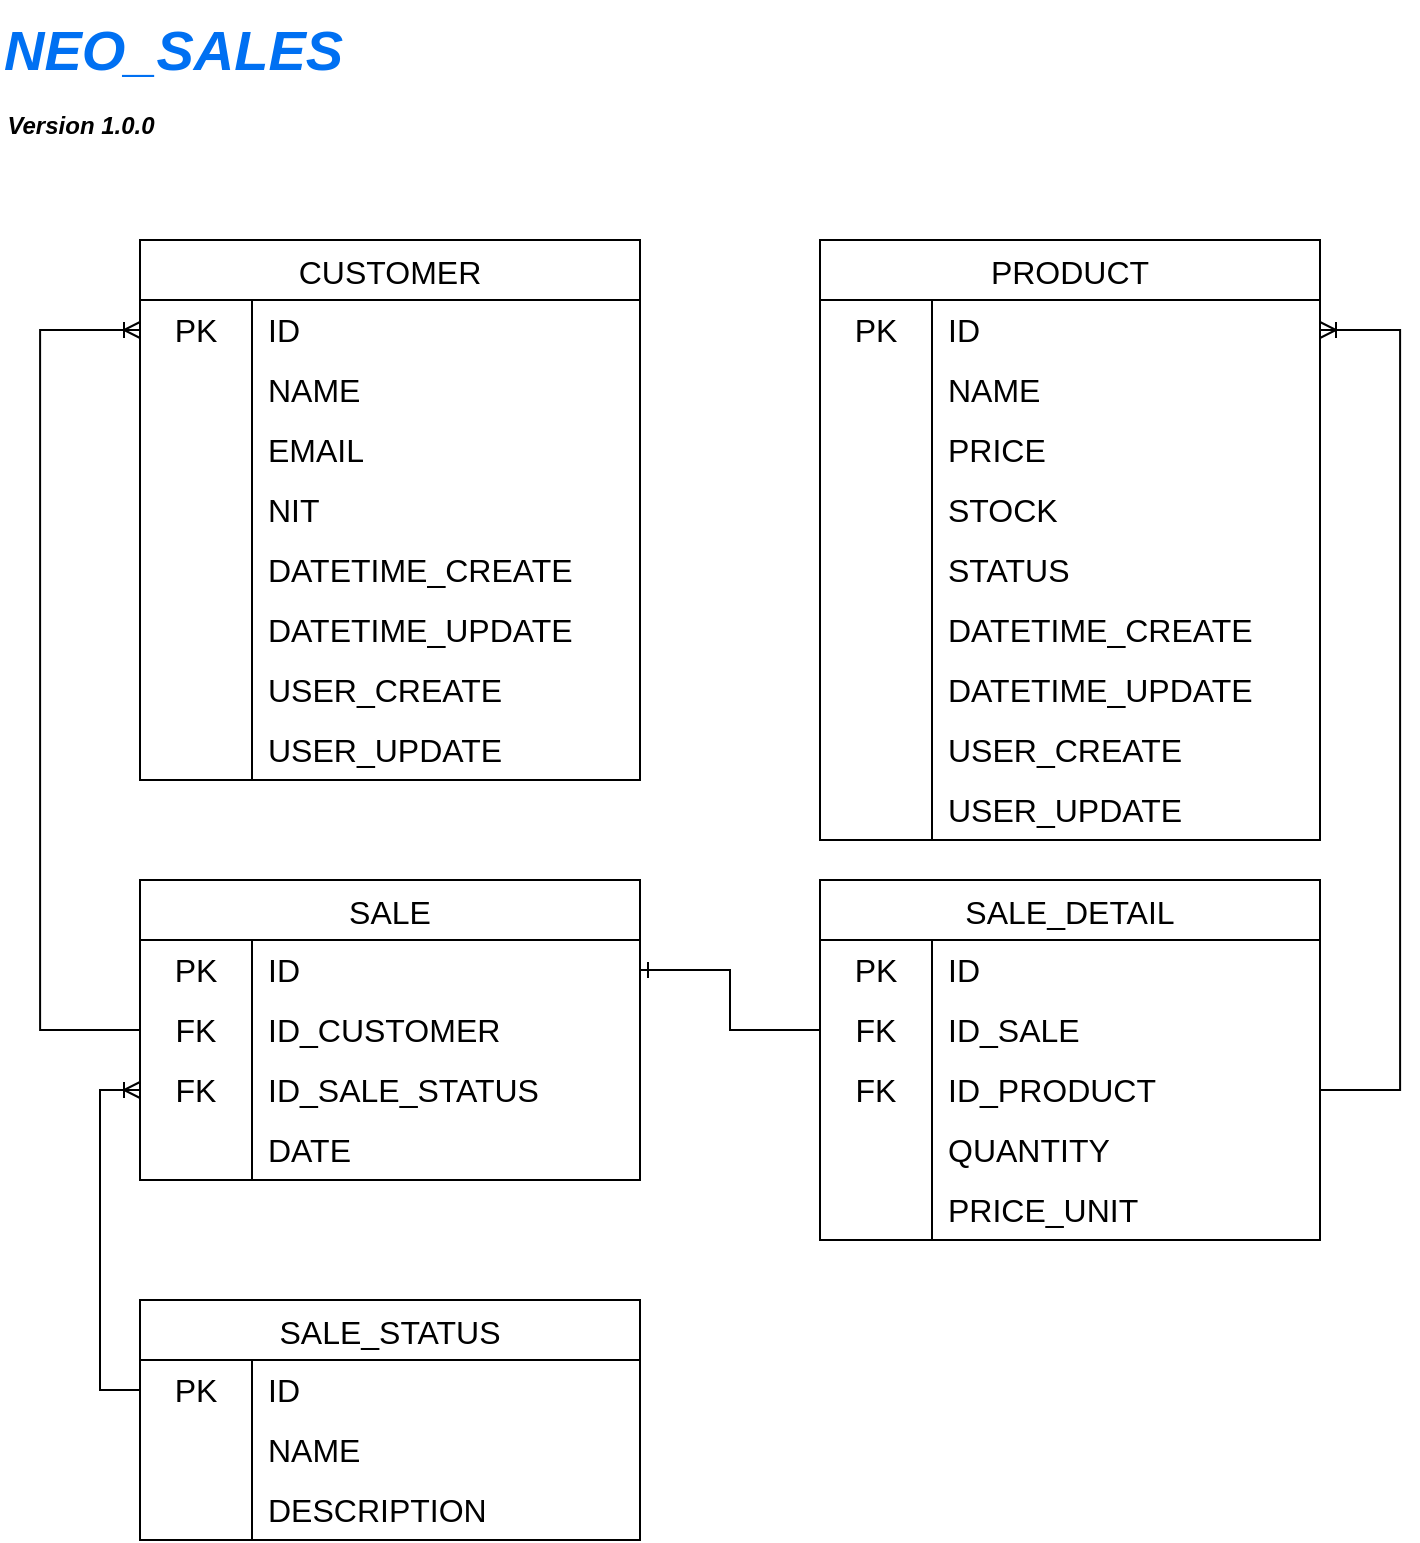
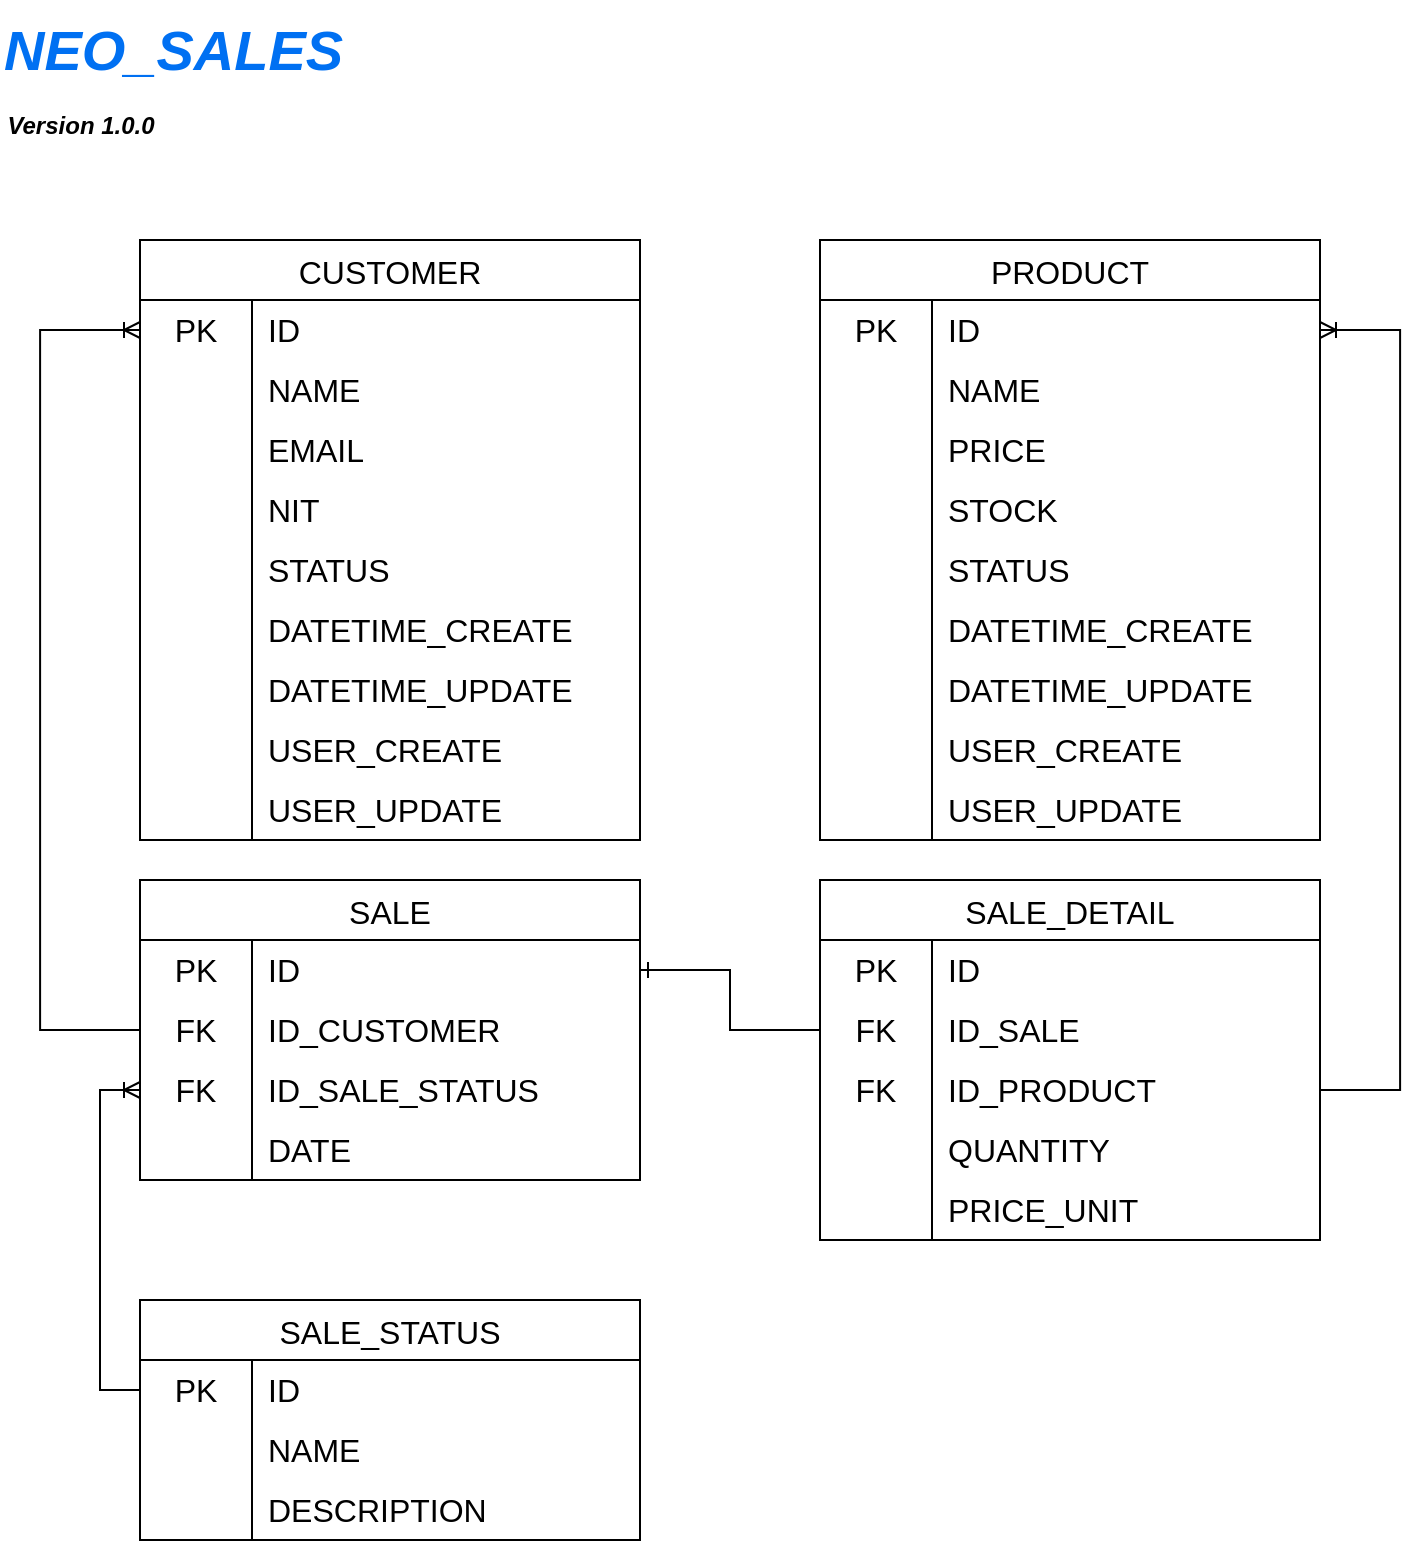
<mxfile host="Electron">
  <diagram id="pKOhz8ZZri_PyalXEFgO" name="Page-1">
-     <mxGraphModel dx="1407" dy="2038" grid="1" gridSize="10" guides="1" tooltips="1" connect="1" arrows="1" fold="1" page="1" pageScale="1" pageWidth="850" pageHeight="1100" math="0" shadow="0">
+     <mxGraphModel dx="1414" dy="1975" grid="1" gridSize="10" guides="1" tooltips="1" connect="1" arrows="1" fold="1" page="1" pageScale="1" pageWidth="850" pageHeight="1100" math="0" shadow="0">
      <root>
        <mxCell id="0" />
        <mxCell id="1" parent="0" />
        <mxCell id="2" parent="1" style="shape=table;startSize=30;container=1;collapsible=0;childLayout=tableLayout;fixedRows=1;rowLines=0;fontStyle=0;strokeColor=default;fontSize=16;" value="CUSTOMER" vertex="1">
-           <mxGeometry height="270" width="250" x="160" y="40" as="geometry" />
+           <mxGeometry height="300" width="250" x="160" y="40" as="geometry" />
        </mxCell>
        <mxCell id="3" parent="2" style="shape=tableRow;horizontal=0;startSize=0;swimlaneHead=0;swimlaneBody=0;top=0;left=0;bottom=0;right=0;collapsible=0;dropTarget=0;fillColor=none;points=[[0,0.5],[1,0.5]];portConstraint=eastwest;strokeColor=inherit;fontSize=16;" value="" vertex="1">
          <mxGeometry height="30" width="250" y="30" as="geometry" />
        </mxCell>
        <mxCell id="4" parent="3" style="shape=partialRectangle;html=1;whiteSpace=wrap;connectable=0;fillColor=none;top=0;left=0;bottom=0;right=0;overflow=hidden;pointerEvents=1;strokeColor=inherit;fontSize=16;" value="PK" vertex="1">
          <mxGeometry height="30" width="56" as="geometry">
            <mxRectangle height="30" width="56" as="alternateBounds" />
          </mxGeometry>
        </mxCell>
        <mxCell id="5" parent="3" style="shape=partialRectangle;html=1;whiteSpace=wrap;connectable=0;fillColor=none;top=0;left=0;bottom=0;right=0;align=left;spacingLeft=6;overflow=hidden;strokeColor=inherit;fontSize=16;" value="ID" vertex="1">
          <mxGeometry height="30" width="194" x="56" as="geometry">
            <mxRectangle height="30" width="194" as="alternateBounds" />
          </mxGeometry>
        </mxCell>
        <mxCell id="6" parent="2" style="shape=tableRow;horizontal=0;startSize=0;swimlaneHead=0;swimlaneBody=0;top=0;left=0;bottom=0;right=0;collapsible=0;dropTarget=0;fillColor=none;points=[[0,0.5],[1,0.5]];portConstraint=eastwest;strokeColor=inherit;fontSize=16;" value="" vertex="1">
          <mxGeometry height="30" width="250" y="60" as="geometry" />
        </mxCell>
        <mxCell id="7" parent="6" style="shape=partialRectangle;html=1;whiteSpace=wrap;connectable=0;fillColor=none;top=0;left=0;bottom=0;right=0;overflow=hidden;strokeColor=inherit;fontSize=16;" value="" vertex="1">
          <mxGeometry height="30" width="56" as="geometry">
            <mxRectangle height="30" width="56" as="alternateBounds" />
          </mxGeometry>
        </mxCell>
        <mxCell id="8" parent="6" style="shape=partialRectangle;html=1;whiteSpace=wrap;connectable=0;fillColor=none;top=0;left=0;bottom=0;right=0;align=left;spacingLeft=6;overflow=hidden;strokeColor=inherit;fontSize=16;" value="&lt;div&gt;NAME&lt;/div&gt;" vertex="1">
          <mxGeometry height="30" width="194" x="56" as="geometry">
            <mxRectangle height="30" width="194" as="alternateBounds" />
          </mxGeometry>
        </mxCell>
        <mxCell id="9" parent="2" style="shape=tableRow;horizontal=0;startSize=0;swimlaneHead=0;swimlaneBody=0;top=0;left=0;bottom=0;right=0;collapsible=0;dropTarget=0;fillColor=none;points=[[0,0.5],[1,0.5]];portConstraint=eastwest;strokeColor=inherit;fontSize=16;" value="" vertex="1">
          <mxGeometry height="30" width="250" y="90" as="geometry" />
        </mxCell>
        <mxCell id="10" parent="9" style="shape=partialRectangle;html=1;whiteSpace=wrap;connectable=0;fillColor=none;top=0;left=0;bottom=0;right=0;overflow=hidden;strokeColor=inherit;fontSize=16;" value="" vertex="1">
          <mxGeometry height="30" width="56" as="geometry">
            <mxRectangle height="30" width="56" as="alternateBounds" />
          </mxGeometry>
        </mxCell>
        <mxCell id="11" parent="9" style="shape=partialRectangle;html=1;whiteSpace=wrap;connectable=0;fillColor=none;top=0;left=0;bottom=0;right=0;align=left;spacingLeft=6;overflow=hidden;strokeColor=inherit;fontSize=16;" value="EMAIL" vertex="1">
          <mxGeometry height="30" width="194" x="56" as="geometry">
            <mxRectangle height="30" width="194" as="alternateBounds" />
          </mxGeometry>
        </mxCell>
        <mxCell id="uQLEiAbMt51ykX4zQsiA-172" parent="2" style="shape=tableRow;horizontal=0;startSize=0;swimlaneHead=0;swimlaneBody=0;top=0;left=0;bottom=0;right=0;collapsible=0;dropTarget=0;fillColor=none;points=[[0,0.5],[1,0.5]];portConstraint=eastwest;strokeColor=inherit;fontSize=16;" vertex="1">
          <mxGeometry height="30" width="250" y="120" as="geometry" />
        </mxCell>
        <mxCell id="uQLEiAbMt51ykX4zQsiA-173" parent="uQLEiAbMt51ykX4zQsiA-172" style="shape=partialRectangle;html=1;whiteSpace=wrap;connectable=0;fillColor=none;top=0;left=0;bottom=0;right=0;overflow=hidden;strokeColor=inherit;fontSize=16;" vertex="1">
          <mxGeometry height="30" width="56" as="geometry">
            <mxRectangle height="30" width="56" as="alternateBounds" />
          </mxGeometry>
        </mxCell>
        <mxCell id="uQLEiAbMt51ykX4zQsiA-174" parent="uQLEiAbMt51ykX4zQsiA-172" style="shape=partialRectangle;html=1;whiteSpace=wrap;connectable=0;fillColor=none;top=0;left=0;bottom=0;right=0;align=left;spacingLeft=6;overflow=hidden;strokeColor=inherit;fontSize=16;" value="NIT" vertex="1">
          <mxGeometry height="30" width="194" x="56" as="geometry">
            <mxRectangle height="30" width="194" as="alternateBounds" />
          </mxGeometry>
        </mxCell>
+         <mxCell id="iClyQPcWoT30ps4uH1AF-11" parent="2" style="shape=tableRow;horizontal=0;startSize=0;swimlaneHead=0;swimlaneBody=0;top=0;left=0;bottom=0;right=0;collapsible=0;dropTarget=0;fillColor=none;points=[[0,0.5],[1,0.5]];portConstraint=eastwest;strokeColor=inherit;fontSize=16;" vertex="1">
+           <mxGeometry height="30" width="250" y="150" as="geometry" />
+         </mxCell>
+         <mxCell id="iClyQPcWoT30ps4uH1AF-12" parent="iClyQPcWoT30ps4uH1AF-11" style="shape=partialRectangle;html=1;whiteSpace=wrap;connectable=0;fillColor=none;top=0;left=0;bottom=0;right=0;overflow=hidden;strokeColor=inherit;fontSize=16;" vertex="1">
+           <mxGeometry height="30" width="56" as="geometry">
+             <mxRectangle height="30" width="56" as="alternateBounds" />
+           </mxGeometry>
+         </mxCell>
+         <mxCell id="iClyQPcWoT30ps4uH1AF-13" parent="iClyQPcWoT30ps4uH1AF-11" style="shape=partialRectangle;html=1;whiteSpace=wrap;connectable=0;fillColor=none;top=0;left=0;bottom=0;right=0;align=left;spacingLeft=6;overflow=hidden;strokeColor=inherit;fontSize=16;" value="STATUS" vertex="1">
+           <mxGeometry height="30" width="194" x="56" as="geometry">
+             <mxRectangle height="30" width="194" as="alternateBounds" />
+           </mxGeometry>
+         </mxCell>
        <mxCell id="uQLEiAbMt51ykX4zQsiA-11" parent="2" style="shape=tableRow;horizontal=0;startSize=0;swimlaneHead=0;swimlaneBody=0;top=0;left=0;bottom=0;right=0;collapsible=0;dropTarget=0;fillColor=none;points=[[0,0.5],[1,0.5]];portConstraint=eastwest;strokeColor=inherit;fontSize=16;" vertex="1">
-           <mxGeometry height="30" width="250" y="150" as="geometry" />
+           <mxGeometry height="30" width="250" y="180" as="geometry" />
        </mxCell>
        <mxCell id="uQLEiAbMt51ykX4zQsiA-12" parent="uQLEiAbMt51ykX4zQsiA-11" style="shape=partialRectangle;html=1;whiteSpace=wrap;connectable=0;fillColor=none;top=0;left=0;bottom=0;right=0;overflow=hidden;strokeColor=inherit;fontSize=16;" vertex="1">
          <mxGeometry height="30" width="56" as="geometry">
            <mxRectangle height="30" width="56" as="alternateBounds" />
          </mxGeometry>
        </mxCell>
        <mxCell id="uQLEiAbMt51ykX4zQsiA-13" parent="uQLEiAbMt51ykX4zQsiA-11" style="shape=partialRectangle;html=1;whiteSpace=wrap;connectable=0;fillColor=none;top=0;left=0;bottom=0;right=0;align=left;spacingLeft=6;overflow=hidden;strokeColor=inherit;fontSize=16;" value="DATETIME_CREATE" vertex="1">
          <mxGeometry height="30" width="194" x="56" as="geometry">
            <mxRectangle height="30" width="194" as="alternateBounds" />
          </mxGeometry>
        </mxCell>
        <mxCell id="uQLEiAbMt51ykX4zQsiA-14" parent="2" style="shape=tableRow;horizontal=0;startSize=0;swimlaneHead=0;swimlaneBody=0;top=0;left=0;bottom=0;right=0;collapsible=0;dropTarget=0;fillColor=none;points=[[0,0.5],[1,0.5]];portConstraint=eastwest;strokeColor=inherit;fontSize=16;" vertex="1">
-           <mxGeometry height="30" width="250" y="180" as="geometry" />
+           <mxGeometry height="30" width="250" y="210" as="geometry" />
        </mxCell>
        <mxCell id="uQLEiAbMt51ykX4zQsiA-15" parent="uQLEiAbMt51ykX4zQsiA-14" style="shape=partialRectangle;html=1;whiteSpace=wrap;connectable=0;fillColor=none;top=0;left=0;bottom=0;right=0;overflow=hidden;strokeColor=inherit;fontSize=16;" vertex="1">
          <mxGeometry height="30" width="56" as="geometry">
            <mxRectangle height="30" width="56" as="alternateBounds" />
          </mxGeometry>
        </mxCell>
        <mxCell id="uQLEiAbMt51ykX4zQsiA-16" parent="uQLEiAbMt51ykX4zQsiA-14" style="shape=partialRectangle;html=1;whiteSpace=wrap;connectable=0;fillColor=none;top=0;left=0;bottom=0;right=0;align=left;spacingLeft=6;overflow=hidden;strokeColor=inherit;fontSize=16;" value="DATETIME_UPDATE" vertex="1">
          <mxGeometry height="30" width="194" x="56" as="geometry">
            <mxRectangle height="30" width="194" as="alternateBounds" />
          </mxGeometry>
        </mxCell>
        <mxCell id="uQLEiAbMt51ykX4zQsiA-17" parent="2" style="shape=tableRow;horizontal=0;startSize=0;swimlaneHead=0;swimlaneBody=0;top=0;left=0;bottom=0;right=0;collapsible=0;dropTarget=0;fillColor=none;points=[[0,0.5],[1,0.5]];portConstraint=eastwest;strokeColor=inherit;fontSize=16;" vertex="1">
-           <mxGeometry height="30" width="250" y="210" as="geometry" />
+           <mxGeometry height="30" width="250" y="240" as="geometry" />
        </mxCell>
        <mxCell id="uQLEiAbMt51ykX4zQsiA-18" parent="uQLEiAbMt51ykX4zQsiA-17" style="shape=partialRectangle;html=1;whiteSpace=wrap;connectable=0;fillColor=none;top=0;left=0;bottom=0;right=0;overflow=hidden;strokeColor=inherit;fontSize=16;" vertex="1">
          <mxGeometry height="30" width="56" as="geometry">
            <mxRectangle height="30" width="56" as="alternateBounds" />
          </mxGeometry>
        </mxCell>
        <mxCell id="uQLEiAbMt51ykX4zQsiA-19" parent="uQLEiAbMt51ykX4zQsiA-17" style="shape=partialRectangle;html=1;whiteSpace=wrap;connectable=0;fillColor=none;top=0;left=0;bottom=0;right=0;align=left;spacingLeft=6;overflow=hidden;strokeColor=inherit;fontSize=16;" value="USER_CREATE" vertex="1">
          <mxGeometry height="30" width="194" x="56" as="geometry">
            <mxRectangle height="30" width="194" as="alternateBounds" />
          </mxGeometry>
        </mxCell>
        <mxCell id="uQLEiAbMt51ykX4zQsiA-20" parent="2" style="shape=tableRow;horizontal=0;startSize=0;swimlaneHead=0;swimlaneBody=0;top=0;left=0;bottom=0;right=0;collapsible=0;dropTarget=0;fillColor=none;points=[[0,0.5],[1,0.5]];portConstraint=eastwest;strokeColor=inherit;fontSize=16;" vertex="1">
-           <mxGeometry height="30" width="250" y="240" as="geometry" />
+           <mxGeometry height="30" width="250" y="270" as="geometry" />
        </mxCell>
        <mxCell id="uQLEiAbMt51ykX4zQsiA-21" parent="uQLEiAbMt51ykX4zQsiA-20" style="shape=partialRectangle;html=1;whiteSpace=wrap;connectable=0;fillColor=none;top=0;left=0;bottom=0;right=0;overflow=hidden;strokeColor=inherit;fontSize=16;" vertex="1">
          <mxGeometry height="30" width="56" as="geometry">
            <mxRectangle height="30" width="56" as="alternateBounds" />
          </mxGeometry>
        </mxCell>
        <mxCell id="uQLEiAbMt51ykX4zQsiA-22" parent="uQLEiAbMt51ykX4zQsiA-20" style="shape=partialRectangle;html=1;whiteSpace=wrap;connectable=0;fillColor=none;top=0;left=0;bottom=0;right=0;align=left;spacingLeft=6;overflow=hidden;strokeColor=inherit;fontSize=16;" value="USER_UPDATE" vertex="1">
          <mxGeometry height="30" width="194" x="56" as="geometry">
            <mxRectangle height="30" width="194" as="alternateBounds" />
          </mxGeometry>
        </mxCell>
        <mxCell id="uQLEiAbMt51ykX4zQsiA-23" parent="1" style="shape=table;startSize=30;container=1;collapsible=0;childLayout=tableLayout;fixedRows=1;rowLines=0;fontStyle=0;strokeColor=default;fontSize=16;" value="PRODUCT" vertex="1">
          <mxGeometry height="300" width="250" x="500" y="40" as="geometry" />
        </mxCell>
        <mxCell id="uQLEiAbMt51ykX4zQsiA-24" parent="uQLEiAbMt51ykX4zQsiA-23" style="shape=tableRow;horizontal=0;startSize=0;swimlaneHead=0;swimlaneBody=0;top=0;left=0;bottom=0;right=0;collapsible=0;dropTarget=0;fillColor=none;points=[[0,0.5],[1,0.5]];portConstraint=eastwest;strokeColor=inherit;fontSize=16;" value="" vertex="1">
          <mxGeometry height="30" width="250" y="30" as="geometry" />
        </mxCell>
        <mxCell id="uQLEiAbMt51ykX4zQsiA-25" parent="uQLEiAbMt51ykX4zQsiA-24" style="shape=partialRectangle;html=1;whiteSpace=wrap;connectable=0;fillColor=none;top=0;left=0;bottom=0;right=0;overflow=hidden;pointerEvents=1;strokeColor=inherit;fontSize=16;" value="PK" vertex="1">
          <mxGeometry height="30" width="56" as="geometry">
            <mxRectangle height="30" width="56" as="alternateBounds" />
          </mxGeometry>
        </mxCell>
        <mxCell id="uQLEiAbMt51ykX4zQsiA-26" parent="uQLEiAbMt51ykX4zQsiA-24" style="shape=partialRectangle;html=1;whiteSpace=wrap;connectable=0;fillColor=none;top=0;left=0;bottom=0;right=0;align=left;spacingLeft=6;overflow=hidden;strokeColor=inherit;fontSize=16;" value="ID" vertex="1">
          <mxGeometry height="30" width="194" x="56" as="geometry">
            <mxRectangle height="30" width="194" as="alternateBounds" />
          </mxGeometry>
        </mxCell>
        <mxCell id="uQLEiAbMt51ykX4zQsiA-27" parent="uQLEiAbMt51ykX4zQsiA-23" style="shape=tableRow;horizontal=0;startSize=0;swimlaneHead=0;swimlaneBody=0;top=0;left=0;bottom=0;right=0;collapsible=0;dropTarget=0;fillColor=none;points=[[0,0.5],[1,0.5]];portConstraint=eastwest;strokeColor=inherit;fontSize=16;" value="" vertex="1">
          <mxGeometry height="30" width="250" y="60" as="geometry" />
        </mxCell>
        <mxCell id="uQLEiAbMt51ykX4zQsiA-28" parent="uQLEiAbMt51ykX4zQsiA-27" style="shape=partialRectangle;html=1;whiteSpace=wrap;connectable=0;fillColor=none;top=0;left=0;bottom=0;right=0;overflow=hidden;strokeColor=inherit;fontSize=16;" value="" vertex="1">
          <mxGeometry height="30" width="56" as="geometry">
            <mxRectangle height="30" width="56" as="alternateBounds" />
          </mxGeometry>
        </mxCell>
        <mxCell id="uQLEiAbMt51ykX4zQsiA-29" parent="uQLEiAbMt51ykX4zQsiA-27" style="shape=partialRectangle;html=1;whiteSpace=wrap;connectable=0;fillColor=none;top=0;left=0;bottom=0;right=0;align=left;spacingLeft=6;overflow=hidden;strokeColor=inherit;fontSize=16;" value="&lt;div&gt;NAME&lt;/div&gt;" vertex="1">
          <mxGeometry height="30" width="194" x="56" as="geometry">
            <mxRectangle height="30" width="194" as="alternateBounds" />
          </mxGeometry>
        </mxCell>
        <mxCell id="uQLEiAbMt51ykX4zQsiA-30" parent="uQLEiAbMt51ykX4zQsiA-23" style="shape=tableRow;horizontal=0;startSize=0;swimlaneHead=0;swimlaneBody=0;top=0;left=0;bottom=0;right=0;collapsible=0;dropTarget=0;fillColor=none;points=[[0,0.5],[1,0.5]];portConstraint=eastwest;strokeColor=inherit;fontSize=16;" value="" vertex="1">
          <mxGeometry height="30" width="250" y="90" as="geometry" />
        </mxCell>
        <mxCell id="uQLEiAbMt51ykX4zQsiA-31" parent="uQLEiAbMt51ykX4zQsiA-30" style="shape=partialRectangle;html=1;whiteSpace=wrap;connectable=0;fillColor=none;top=0;left=0;bottom=0;right=0;overflow=hidden;strokeColor=inherit;fontSize=16;" value="" vertex="1">
          <mxGeometry height="30" width="56" as="geometry">
            <mxRectangle height="30" width="56" as="alternateBounds" />
          </mxGeometry>
        </mxCell>
        <mxCell id="uQLEiAbMt51ykX4zQsiA-32" parent="uQLEiAbMt51ykX4zQsiA-30" style="shape=partialRectangle;html=1;whiteSpace=wrap;connectable=0;fillColor=none;top=0;left=0;bottom=0;right=0;align=left;spacingLeft=6;overflow=hidden;strokeColor=inherit;fontSize=16;" value="PRICE" vertex="1">
          <mxGeometry height="30" width="194" x="56" as="geometry">
            <mxRectangle height="30" width="194" as="alternateBounds" />
          </mxGeometry>
        </mxCell>
        <mxCell id="uQLEiAbMt51ykX4zQsiA-45" parent="uQLEiAbMt51ykX4zQsiA-23" style="shape=tableRow;horizontal=0;startSize=0;swimlaneHead=0;swimlaneBody=0;top=0;left=0;bottom=0;right=0;collapsible=0;dropTarget=0;fillColor=none;points=[[0,0.5],[1,0.5]];portConstraint=eastwest;strokeColor=inherit;fontSize=16;" vertex="1">
          <mxGeometry height="30" width="250" y="120" as="geometry" />
        </mxCell>
        <mxCell id="uQLEiAbMt51ykX4zQsiA-46" parent="uQLEiAbMt51ykX4zQsiA-45" style="shape=partialRectangle;html=1;whiteSpace=wrap;connectable=0;fillColor=none;top=0;left=0;bottom=0;right=0;overflow=hidden;strokeColor=inherit;fontSize=16;" vertex="1">
          <mxGeometry height="30" width="56" as="geometry">
            <mxRectangle height="30" width="56" as="alternateBounds" />
          </mxGeometry>
        </mxCell>
        <mxCell id="uQLEiAbMt51ykX4zQsiA-47" parent="uQLEiAbMt51ykX4zQsiA-45" style="shape=partialRectangle;html=1;whiteSpace=wrap;connectable=0;fillColor=none;top=0;left=0;bottom=0;right=0;align=left;spacingLeft=6;overflow=hidden;strokeColor=inherit;fontSize=16;" value="STOCK" vertex="1">
          <mxGeometry height="30" width="194" x="56" as="geometry">
            <mxRectangle height="30" width="194" as="alternateBounds" />
          </mxGeometry>
        </mxCell>
        <mxCell id="uQLEiAbMt51ykX4zQsiA-117" parent="uQLEiAbMt51ykX4zQsiA-23" style="shape=tableRow;horizontal=0;startSize=0;swimlaneHead=0;swimlaneBody=0;top=0;left=0;bottom=0;right=0;collapsible=0;dropTarget=0;fillColor=none;points=[[0,0.5],[1,0.5]];portConstraint=eastwest;strokeColor=inherit;fontSize=16;" vertex="1">
          <mxGeometry height="30" width="250" y="150" as="geometry" />
        </mxCell>
        <mxCell id="uQLEiAbMt51ykX4zQsiA-118" parent="uQLEiAbMt51ykX4zQsiA-117" style="shape=partialRectangle;html=1;whiteSpace=wrap;connectable=0;fillColor=none;top=0;left=0;bottom=0;right=0;overflow=hidden;strokeColor=inherit;fontSize=16;" vertex="1">
          <mxGeometry height="30" width="56" as="geometry">
            <mxRectangle height="30" width="56" as="alternateBounds" />
          </mxGeometry>
        </mxCell>
        <mxCell id="uQLEiAbMt51ykX4zQsiA-119" parent="uQLEiAbMt51ykX4zQsiA-117" style="shape=partialRectangle;html=1;whiteSpace=wrap;connectable=0;fillColor=none;top=0;left=0;bottom=0;right=0;align=left;spacingLeft=6;overflow=hidden;strokeColor=inherit;fontSize=16;" value="STATUS" vertex="1">
          <mxGeometry height="30" width="194" x="56" as="geometry">
            <mxRectangle height="30" width="194" as="alternateBounds" />
          </mxGeometry>
        </mxCell>
        <mxCell id="uQLEiAbMt51ykX4zQsiA-33" parent="uQLEiAbMt51ykX4zQsiA-23" style="shape=tableRow;horizontal=0;startSize=0;swimlaneHead=0;swimlaneBody=0;top=0;left=0;bottom=0;right=0;collapsible=0;dropTarget=0;fillColor=none;points=[[0,0.5],[1,0.5]];portConstraint=eastwest;strokeColor=inherit;fontSize=16;" vertex="1">
          <mxGeometry height="30" width="250" y="180" as="geometry" />
        </mxCell>
        <mxCell id="uQLEiAbMt51ykX4zQsiA-34" parent="uQLEiAbMt51ykX4zQsiA-33" style="shape=partialRectangle;html=1;whiteSpace=wrap;connectable=0;fillColor=none;top=0;left=0;bottom=0;right=0;overflow=hidden;strokeColor=inherit;fontSize=16;" vertex="1">
          <mxGeometry height="30" width="56" as="geometry">
            <mxRectangle height="30" width="56" as="alternateBounds" />
          </mxGeometry>
        </mxCell>
        <mxCell id="uQLEiAbMt51ykX4zQsiA-35" parent="uQLEiAbMt51ykX4zQsiA-33" style="shape=partialRectangle;html=1;whiteSpace=wrap;connectable=0;fillColor=none;top=0;left=0;bottom=0;right=0;align=left;spacingLeft=6;overflow=hidden;strokeColor=inherit;fontSize=16;" value="DATETIME_CREATE" vertex="1">
          <mxGeometry height="30" width="194" x="56" as="geometry">
            <mxRectangle height="30" width="194" as="alternateBounds" />
          </mxGeometry>
        </mxCell>
        <mxCell id="uQLEiAbMt51ykX4zQsiA-36" parent="uQLEiAbMt51ykX4zQsiA-23" style="shape=tableRow;horizontal=0;startSize=0;swimlaneHead=0;swimlaneBody=0;top=0;left=0;bottom=0;right=0;collapsible=0;dropTarget=0;fillColor=none;points=[[0,0.5],[1,0.5]];portConstraint=eastwest;strokeColor=inherit;fontSize=16;" vertex="1">
          <mxGeometry height="30" width="250" y="210" as="geometry" />
        </mxCell>
        <mxCell id="uQLEiAbMt51ykX4zQsiA-37" parent="uQLEiAbMt51ykX4zQsiA-36" style="shape=partialRectangle;html=1;whiteSpace=wrap;connectable=0;fillColor=none;top=0;left=0;bottom=0;right=0;overflow=hidden;strokeColor=inherit;fontSize=16;" vertex="1">
          <mxGeometry height="30" width="56" as="geometry">
            <mxRectangle height="30" width="56" as="alternateBounds" />
          </mxGeometry>
        </mxCell>
        <mxCell id="uQLEiAbMt51ykX4zQsiA-38" parent="uQLEiAbMt51ykX4zQsiA-36" style="shape=partialRectangle;html=1;whiteSpace=wrap;connectable=0;fillColor=none;top=0;left=0;bottom=0;right=0;align=left;spacingLeft=6;overflow=hidden;strokeColor=inherit;fontSize=16;" value="DATETIME_UPDATE" vertex="1">
          <mxGeometry height="30" width="194" x="56" as="geometry">
            <mxRectangle height="30" width="194" as="alternateBounds" />
          </mxGeometry>
        </mxCell>
        <mxCell id="uQLEiAbMt51ykX4zQsiA-39" parent="uQLEiAbMt51ykX4zQsiA-23" style="shape=tableRow;horizontal=0;startSize=0;swimlaneHead=0;swimlaneBody=0;top=0;left=0;bottom=0;right=0;collapsible=0;dropTarget=0;fillColor=none;points=[[0,0.5],[1,0.5]];portConstraint=eastwest;strokeColor=inherit;fontSize=16;" vertex="1">
          <mxGeometry height="30" width="250" y="240" as="geometry" />
        </mxCell>
        <mxCell id="uQLEiAbMt51ykX4zQsiA-40" parent="uQLEiAbMt51ykX4zQsiA-39" style="shape=partialRectangle;html=1;whiteSpace=wrap;connectable=0;fillColor=none;top=0;left=0;bottom=0;right=0;overflow=hidden;strokeColor=inherit;fontSize=16;" vertex="1">
          <mxGeometry height="30" width="56" as="geometry">
            <mxRectangle height="30" width="56" as="alternateBounds" />
          </mxGeometry>
        </mxCell>
        <mxCell id="uQLEiAbMt51ykX4zQsiA-41" parent="uQLEiAbMt51ykX4zQsiA-39" style="shape=partialRectangle;html=1;whiteSpace=wrap;connectable=0;fillColor=none;top=0;left=0;bottom=0;right=0;align=left;spacingLeft=6;overflow=hidden;strokeColor=inherit;fontSize=16;" value="USER_CREATE" vertex="1">
          <mxGeometry height="30" width="194" x="56" as="geometry">
            <mxRectangle height="30" width="194" as="alternateBounds" />
          </mxGeometry>
        </mxCell>
        <mxCell id="uQLEiAbMt51ykX4zQsiA-42" parent="uQLEiAbMt51ykX4zQsiA-23" style="shape=tableRow;horizontal=0;startSize=0;swimlaneHead=0;swimlaneBody=0;top=0;left=0;bottom=0;right=0;collapsible=0;dropTarget=0;fillColor=none;points=[[0,0.5],[1,0.5]];portConstraint=eastwest;strokeColor=inherit;fontSize=16;" vertex="1">
          <mxGeometry height="30" width="250" y="270" as="geometry" />
        </mxCell>
        <mxCell id="uQLEiAbMt51ykX4zQsiA-43" parent="uQLEiAbMt51ykX4zQsiA-42" style="shape=partialRectangle;html=1;whiteSpace=wrap;connectable=0;fillColor=none;top=0;left=0;bottom=0;right=0;overflow=hidden;strokeColor=inherit;fontSize=16;" vertex="1">
          <mxGeometry height="30" width="56" as="geometry">
            <mxRectangle height="30" width="56" as="alternateBounds" />
          </mxGeometry>
        </mxCell>
        <mxCell id="uQLEiAbMt51ykX4zQsiA-44" parent="uQLEiAbMt51ykX4zQsiA-42" style="shape=partialRectangle;html=1;whiteSpace=wrap;connectable=0;fillColor=none;top=0;left=0;bottom=0;right=0;align=left;spacingLeft=6;overflow=hidden;strokeColor=inherit;fontSize=16;" value="USER_UPDATE" vertex="1">
          <mxGeometry height="30" width="194" x="56" as="geometry">
            <mxRectangle height="30" width="194" as="alternateBounds" />
          </mxGeometry>
        </mxCell>
        <mxCell id="uQLEiAbMt51ykX4zQsiA-48" parent="1" style="shape=table;startSize=30;container=1;collapsible=0;childLayout=tableLayout;fixedRows=1;rowLines=0;fontStyle=0;strokeColor=default;fontSize=16;" value="SALE" vertex="1">
          <mxGeometry height="150" width="250" x="160" y="360" as="geometry" />
        </mxCell>
        <mxCell id="uQLEiAbMt51ykX4zQsiA-49" parent="uQLEiAbMt51ykX4zQsiA-48" style="shape=tableRow;horizontal=0;startSize=0;swimlaneHead=0;swimlaneBody=0;top=0;left=0;bottom=0;right=0;collapsible=0;dropTarget=0;fillColor=none;points=[[0,0.5],[1,0.5]];portConstraint=eastwest;strokeColor=inherit;fontSize=16;" value="" vertex="1">
          <mxGeometry height="30" width="250" y="30" as="geometry" />
        </mxCell>
        <mxCell id="uQLEiAbMt51ykX4zQsiA-50" parent="uQLEiAbMt51ykX4zQsiA-49" style="shape=partialRectangle;html=1;whiteSpace=wrap;connectable=0;fillColor=none;top=0;left=0;bottom=0;right=0;overflow=hidden;pointerEvents=1;strokeColor=inherit;fontSize=16;" value="PK" vertex="1">
          <mxGeometry height="30" width="56" as="geometry">
            <mxRectangle height="30" width="56" as="alternateBounds" />
          </mxGeometry>
        </mxCell>
        <mxCell id="uQLEiAbMt51ykX4zQsiA-51" parent="uQLEiAbMt51ykX4zQsiA-49" style="shape=partialRectangle;html=1;whiteSpace=wrap;connectable=0;fillColor=none;top=0;left=0;bottom=0;right=0;align=left;spacingLeft=6;overflow=hidden;strokeColor=inherit;fontSize=16;" value="ID" vertex="1">
          <mxGeometry height="30" width="194" x="56" as="geometry">
            <mxRectangle height="30" width="194" as="alternateBounds" />
          </mxGeometry>
        </mxCell>
        <mxCell id="uQLEiAbMt51ykX4zQsiA-52" parent="uQLEiAbMt51ykX4zQsiA-48" style="shape=tableRow;horizontal=0;startSize=0;swimlaneHead=0;swimlaneBody=0;top=0;left=0;bottom=0;right=0;collapsible=0;dropTarget=0;fillColor=none;points=[[0,0.5],[1,0.5]];portConstraint=eastwest;strokeColor=inherit;fontSize=16;" value="" vertex="1">
          <mxGeometry height="30" width="250" y="60" as="geometry" />
        </mxCell>
        <mxCell id="uQLEiAbMt51ykX4zQsiA-53" parent="uQLEiAbMt51ykX4zQsiA-52" style="shape=partialRectangle;html=1;whiteSpace=wrap;connectable=0;fillColor=none;top=0;left=0;bottom=0;right=0;overflow=hidden;strokeColor=inherit;fontSize=16;" value="FK" vertex="1">
          <mxGeometry height="30" width="56" as="geometry">
            <mxRectangle height="30" width="56" as="alternateBounds" />
          </mxGeometry>
        </mxCell>
        <mxCell id="uQLEiAbMt51ykX4zQsiA-54" parent="uQLEiAbMt51ykX4zQsiA-52" style="shape=partialRectangle;html=1;whiteSpace=wrap;connectable=0;fillColor=none;top=0;left=0;bottom=0;right=0;align=left;spacingLeft=6;overflow=hidden;strokeColor=inherit;fontSize=16;" value="&lt;div&gt;ID_CUSTOMER&lt;/div&gt;" vertex="1">
          <mxGeometry height="30" width="194" x="56" as="geometry">
            <mxRectangle height="30" width="194" as="alternateBounds" />
          </mxGeometry>
        </mxCell>
        <mxCell id="uQLEiAbMt51ykX4zQsiA-164" parent="uQLEiAbMt51ykX4zQsiA-48" style="shape=tableRow;horizontal=0;startSize=0;swimlaneHead=0;swimlaneBody=0;top=0;left=0;bottom=0;right=0;collapsible=0;dropTarget=0;fillColor=none;points=[[0,0.5],[1,0.5]];portConstraint=eastwest;strokeColor=inherit;fontSize=16;" vertex="1">
          <mxGeometry height="30" width="250" y="90" as="geometry" />
        </mxCell>
        <mxCell id="uQLEiAbMt51ykX4zQsiA-165" parent="uQLEiAbMt51ykX4zQsiA-164" style="shape=partialRectangle;html=1;whiteSpace=wrap;connectable=0;fillColor=none;top=0;left=0;bottom=0;right=0;overflow=hidden;strokeColor=inherit;fontSize=16;" value="FK" vertex="1">
          <mxGeometry height="30" width="56" as="geometry">
            <mxRectangle height="30" width="56" as="alternateBounds" />
          </mxGeometry>
        </mxCell>
        <mxCell id="uQLEiAbMt51ykX4zQsiA-166" parent="uQLEiAbMt51ykX4zQsiA-164" style="shape=partialRectangle;html=1;whiteSpace=wrap;connectable=0;fillColor=none;top=0;left=0;bottom=0;right=0;align=left;spacingLeft=6;overflow=hidden;strokeColor=inherit;fontSize=16;" value="ID_SALE_STATUS" vertex="1">
          <mxGeometry height="30" width="194" x="56" as="geometry">
            <mxRectangle height="30" width="194" as="alternateBounds" />
          </mxGeometry>
        </mxCell>
        <mxCell id="uQLEiAbMt51ykX4zQsiA-55" parent="uQLEiAbMt51ykX4zQsiA-48" style="shape=tableRow;horizontal=0;startSize=0;swimlaneHead=0;swimlaneBody=0;top=0;left=0;bottom=0;right=0;collapsible=0;dropTarget=0;fillColor=none;points=[[0,0.5],[1,0.5]];portConstraint=eastwest;strokeColor=inherit;fontSize=16;" value="" vertex="1">
          <mxGeometry height="30" width="250" y="120" as="geometry" />
        </mxCell>
        <mxCell id="uQLEiAbMt51ykX4zQsiA-56" parent="uQLEiAbMt51ykX4zQsiA-55" style="shape=partialRectangle;html=1;whiteSpace=wrap;connectable=0;fillColor=none;top=0;left=0;bottom=0;right=0;overflow=hidden;strokeColor=inherit;fontSize=16;" value="" vertex="1">
          <mxGeometry height="30" width="56" as="geometry">
            <mxRectangle height="30" width="56" as="alternateBounds" />
          </mxGeometry>
        </mxCell>
        <mxCell id="uQLEiAbMt51ykX4zQsiA-57" parent="uQLEiAbMt51ykX4zQsiA-55" style="shape=partialRectangle;html=1;whiteSpace=wrap;connectable=0;fillColor=none;top=0;left=0;bottom=0;right=0;align=left;spacingLeft=6;overflow=hidden;strokeColor=inherit;fontSize=16;" value="DATE" vertex="1">
          <mxGeometry height="30" width="194" x="56" as="geometry">
            <mxRectangle height="30" width="194" as="alternateBounds" />
          </mxGeometry>
        </mxCell>
        <mxCell id="uQLEiAbMt51ykX4zQsiA-73" edge="1" parent="1" source="uQLEiAbMt51ykX4zQsiA-52" style="edgeStyle=orthogonalEdgeStyle;rounded=0;orthogonalLoop=1;jettySize=auto;html=1;entryX=0;entryY=0.5;entryDx=0;entryDy=0;endArrow=ERoneToMany;endFill=0;" target="3">
          <mxGeometry relative="1" as="geometry">
            <Array as="points">
              <mxPoint x="110.06" y="435" />
              <mxPoint x="110.06" y="85" />
            </Array>
          </mxGeometry>
        </mxCell>
        <mxCell id="uQLEiAbMt51ykX4zQsiA-99" parent="1" style="shape=table;startSize=30;container=1;collapsible=0;childLayout=tableLayout;fixedRows=1;rowLines=0;fontStyle=0;strokeColor=default;fontSize=16;" value="SALE_DETAIL" vertex="1">
          <mxGeometry height="180" width="250" x="500" y="360" as="geometry" />
        </mxCell>
        <mxCell id="uQLEiAbMt51ykX4zQsiA-100" parent="uQLEiAbMt51ykX4zQsiA-99" style="shape=tableRow;horizontal=0;startSize=0;swimlaneHead=0;swimlaneBody=0;top=0;left=0;bottom=0;right=0;collapsible=0;dropTarget=0;fillColor=none;points=[[0,0.5],[1,0.5]];portConstraint=eastwest;strokeColor=inherit;fontSize=16;" value="" vertex="1">
          <mxGeometry height="30" width="250" y="30" as="geometry" />
        </mxCell>
        <mxCell id="uQLEiAbMt51ykX4zQsiA-101" parent="uQLEiAbMt51ykX4zQsiA-100" style="shape=partialRectangle;html=1;whiteSpace=wrap;connectable=0;fillColor=none;top=0;left=0;bottom=0;right=0;overflow=hidden;pointerEvents=1;strokeColor=inherit;fontSize=16;" value="PK" vertex="1">
          <mxGeometry height="30" width="56" as="geometry">
            <mxRectangle height="30" width="56" as="alternateBounds" />
          </mxGeometry>
        </mxCell>
        <mxCell id="uQLEiAbMt51ykX4zQsiA-102" parent="uQLEiAbMt51ykX4zQsiA-100" style="shape=partialRectangle;html=1;whiteSpace=wrap;connectable=0;fillColor=none;top=0;left=0;bottom=0;right=0;align=left;spacingLeft=6;overflow=hidden;strokeColor=inherit;fontSize=16;" value="ID" vertex="1">
          <mxGeometry height="30" width="194" x="56" as="geometry">
            <mxRectangle height="30" width="194" as="alternateBounds" />
          </mxGeometry>
        </mxCell>
        <mxCell id="uQLEiAbMt51ykX4zQsiA-103" parent="uQLEiAbMt51ykX4zQsiA-99" style="shape=tableRow;horizontal=0;startSize=0;swimlaneHead=0;swimlaneBody=0;top=0;left=0;bottom=0;right=0;collapsible=0;dropTarget=0;fillColor=none;points=[[0,0.5],[1,0.5]];portConstraint=eastwest;strokeColor=inherit;fontSize=16;" value="" vertex="1">
          <mxGeometry height="30" width="250" y="60" as="geometry" />
        </mxCell>
        <mxCell id="uQLEiAbMt51ykX4zQsiA-104" parent="uQLEiAbMt51ykX4zQsiA-103" style="shape=partialRectangle;html=1;whiteSpace=wrap;connectable=0;fillColor=none;top=0;left=0;bottom=0;right=0;overflow=hidden;strokeColor=inherit;fontSize=16;" value="FK" vertex="1">
          <mxGeometry height="30" width="56" as="geometry">
            <mxRectangle height="30" width="56" as="alternateBounds" />
          </mxGeometry>
        </mxCell>
        <mxCell id="uQLEiAbMt51ykX4zQsiA-105" parent="uQLEiAbMt51ykX4zQsiA-103" style="shape=partialRectangle;html=1;whiteSpace=wrap;connectable=0;fillColor=none;top=0;left=0;bottom=0;right=0;align=left;spacingLeft=6;overflow=hidden;strokeColor=inherit;fontSize=16;" value="&lt;div&gt;ID_SALE&lt;/div&gt;" vertex="1">
          <mxGeometry height="30" width="194" x="56" as="geometry">
            <mxRectangle height="30" width="194" as="alternateBounds" />
          </mxGeometry>
        </mxCell>
        <mxCell id="uQLEiAbMt51ykX4zQsiA-106" parent="uQLEiAbMt51ykX4zQsiA-99" style="shape=tableRow;horizontal=0;startSize=0;swimlaneHead=0;swimlaneBody=0;top=0;left=0;bottom=0;right=0;collapsible=0;dropTarget=0;fillColor=none;points=[[0,0.5],[1,0.5]];portConstraint=eastwest;strokeColor=inherit;fontSize=16;" value="" vertex="1">
          <mxGeometry height="30" width="250" y="90" as="geometry" />
        </mxCell>
        <mxCell id="uQLEiAbMt51ykX4zQsiA-107" parent="uQLEiAbMt51ykX4zQsiA-106" style="shape=partialRectangle;html=1;whiteSpace=wrap;connectable=0;fillColor=none;top=0;left=0;bottom=0;right=0;overflow=hidden;strokeColor=inherit;fontSize=16;" value="FK" vertex="1">
          <mxGeometry height="30" width="56" as="geometry">
            <mxRectangle height="30" width="56" as="alternateBounds" />
          </mxGeometry>
        </mxCell>
        <mxCell id="uQLEiAbMt51ykX4zQsiA-108" parent="uQLEiAbMt51ykX4zQsiA-106" style="shape=partialRectangle;html=1;whiteSpace=wrap;connectable=0;fillColor=none;top=0;left=0;bottom=0;right=0;align=left;spacingLeft=6;overflow=hidden;strokeColor=inherit;fontSize=16;" value="ID_PRODUCT" vertex="1">
          <mxGeometry height="30" width="194" x="56" as="geometry">
            <mxRectangle height="30" width="194" as="alternateBounds" />
          </mxGeometry>
        </mxCell>
        <mxCell id="uQLEiAbMt51ykX4zQsiA-109" parent="uQLEiAbMt51ykX4zQsiA-99" style="shape=tableRow;horizontal=0;startSize=0;swimlaneHead=0;swimlaneBody=0;top=0;left=0;bottom=0;right=0;collapsible=0;dropTarget=0;fillColor=none;points=[[0,0.5],[1,0.5]];portConstraint=eastwest;strokeColor=inherit;fontSize=16;" vertex="1">
          <mxGeometry height="30" width="250" y="120" as="geometry" />
        </mxCell>
        <mxCell id="uQLEiAbMt51ykX4zQsiA-110" parent="uQLEiAbMt51ykX4zQsiA-109" style="shape=partialRectangle;html=1;whiteSpace=wrap;connectable=0;fillColor=none;top=0;left=0;bottom=0;right=0;overflow=hidden;strokeColor=inherit;fontSize=16;" vertex="1">
          <mxGeometry height="30" width="56" as="geometry">
            <mxRectangle height="30" width="56" as="alternateBounds" />
          </mxGeometry>
        </mxCell>
        <mxCell id="uQLEiAbMt51ykX4zQsiA-111" parent="uQLEiAbMt51ykX4zQsiA-109" style="shape=partialRectangle;html=1;whiteSpace=wrap;connectable=0;fillColor=none;top=0;left=0;bottom=0;right=0;align=left;spacingLeft=6;overflow=hidden;strokeColor=inherit;fontSize=16;" value="QUANTITY" vertex="1">
          <mxGeometry height="30" width="194" x="56" as="geometry">
            <mxRectangle height="30" width="194" as="alternateBounds" />
          </mxGeometry>
        </mxCell>
        <mxCell id="uQLEiAbMt51ykX4zQsiA-112" parent="uQLEiAbMt51ykX4zQsiA-99" style="shape=tableRow;horizontal=0;startSize=0;swimlaneHead=0;swimlaneBody=0;top=0;left=0;bottom=0;right=0;collapsible=0;dropTarget=0;fillColor=none;points=[[0,0.5],[1,0.5]];portConstraint=eastwest;strokeColor=inherit;fontSize=16;" vertex="1">
          <mxGeometry height="30" width="250" y="150" as="geometry" />
        </mxCell>
        <mxCell id="uQLEiAbMt51ykX4zQsiA-113" parent="uQLEiAbMt51ykX4zQsiA-112" style="shape=partialRectangle;html=1;whiteSpace=wrap;connectable=0;fillColor=none;top=0;left=0;bottom=0;right=0;overflow=hidden;strokeColor=inherit;fontSize=16;" vertex="1">
          <mxGeometry height="30" width="56" as="geometry">
            <mxRectangle height="30" width="56" as="alternateBounds" />
          </mxGeometry>
        </mxCell>
        <mxCell id="uQLEiAbMt51ykX4zQsiA-114" parent="uQLEiAbMt51ykX4zQsiA-112" style="shape=partialRectangle;html=1;whiteSpace=wrap;connectable=0;fillColor=none;top=0;left=0;bottom=0;right=0;align=left;spacingLeft=6;overflow=hidden;strokeColor=inherit;fontSize=16;" value="PRICE_UNIT" vertex="1">
          <mxGeometry height="30" width="194" x="56" as="geometry">
            <mxRectangle height="30" width="194" as="alternateBounds" />
          </mxGeometry>
        </mxCell>
        <mxCell id="uQLEiAbMt51ykX4zQsiA-115" edge="1" parent="1" source="uQLEiAbMt51ykX4zQsiA-103" style="edgeStyle=orthogonalEdgeStyle;rounded=0;orthogonalLoop=1;jettySize=auto;html=1;endArrow=ERone;endFill=0;" target="uQLEiAbMt51ykX4zQsiA-49">
          <mxGeometry relative="1" as="geometry" />
        </mxCell>
        <mxCell id="uQLEiAbMt51ykX4zQsiA-116" edge="1" parent="1" source="uQLEiAbMt51ykX4zQsiA-106" style="edgeStyle=orthogonalEdgeStyle;rounded=0;orthogonalLoop=1;jettySize=auto;html=1;entryX=1;entryY=0.5;entryDx=0;entryDy=0;endArrow=ERoneToMany;endFill=0;" target="uQLEiAbMt51ykX4zQsiA-24">
          <mxGeometry relative="1" as="geometry">
            <Array as="points">
              <mxPoint x="790.06" y="465" />
              <mxPoint x="790.06" y="84.76" />
            </Array>
          </mxGeometry>
        </mxCell>
        <mxCell id="uQLEiAbMt51ykX4zQsiA-142" parent="1" style="shape=table;startSize=30;container=1;collapsible=0;childLayout=tableLayout;fixedRows=1;rowLines=0;fontStyle=0;strokeColor=default;fontSize=16;" value="SALE_STATUS" vertex="1">
          <mxGeometry height="120" width="250" x="160" y="570" as="geometry" />
        </mxCell>
        <mxCell id="uQLEiAbMt51ykX4zQsiA-143" parent="uQLEiAbMt51ykX4zQsiA-142" style="shape=tableRow;horizontal=0;startSize=0;swimlaneHead=0;swimlaneBody=0;top=0;left=0;bottom=0;right=0;collapsible=0;dropTarget=0;fillColor=none;points=[[0,0.5],[1,0.5]];portConstraint=eastwest;strokeColor=inherit;fontSize=16;" value="" vertex="1">
          <mxGeometry height="30" width="250" y="30" as="geometry" />
        </mxCell>
        <mxCell id="uQLEiAbMt51ykX4zQsiA-144" parent="uQLEiAbMt51ykX4zQsiA-143" style="shape=partialRectangle;html=1;whiteSpace=wrap;connectable=0;fillColor=none;top=0;left=0;bottom=0;right=0;overflow=hidden;pointerEvents=1;strokeColor=inherit;fontSize=16;" value="PK" vertex="1">
          <mxGeometry height="30" width="56" as="geometry">
            <mxRectangle height="30" width="56" as="alternateBounds" />
          </mxGeometry>
        </mxCell>
        <mxCell id="uQLEiAbMt51ykX4zQsiA-145" parent="uQLEiAbMt51ykX4zQsiA-143" style="shape=partialRectangle;html=1;whiteSpace=wrap;connectable=0;fillColor=none;top=0;left=0;bottom=0;right=0;align=left;spacingLeft=6;overflow=hidden;strokeColor=inherit;fontSize=16;" value="ID" vertex="1">
          <mxGeometry height="30" width="194" x="56" as="geometry">
            <mxRectangle height="30" width="194" as="alternateBounds" />
          </mxGeometry>
        </mxCell>
        <mxCell id="uQLEiAbMt51ykX4zQsiA-146" parent="uQLEiAbMt51ykX4zQsiA-142" style="shape=tableRow;horizontal=0;startSize=0;swimlaneHead=0;swimlaneBody=0;top=0;left=0;bottom=0;right=0;collapsible=0;dropTarget=0;fillColor=none;points=[[0,0.5],[1,0.5]];portConstraint=eastwest;strokeColor=inherit;fontSize=16;" value="" vertex="1">
          <mxGeometry height="30" width="250" y="60" as="geometry" />
        </mxCell>
        <mxCell id="uQLEiAbMt51ykX4zQsiA-147" parent="uQLEiAbMt51ykX4zQsiA-146" style="shape=partialRectangle;html=1;whiteSpace=wrap;connectable=0;fillColor=none;top=0;left=0;bottom=0;right=0;overflow=hidden;strokeColor=inherit;fontSize=16;" value="" vertex="1">
          <mxGeometry height="30" width="56" as="geometry">
            <mxRectangle height="30" width="56" as="alternateBounds" />
          </mxGeometry>
        </mxCell>
        <mxCell id="uQLEiAbMt51ykX4zQsiA-148" parent="uQLEiAbMt51ykX4zQsiA-146" style="shape=partialRectangle;html=1;whiteSpace=wrap;connectable=0;fillColor=none;top=0;left=0;bottom=0;right=0;align=left;spacingLeft=6;overflow=hidden;strokeColor=inherit;fontSize=16;" value="&lt;div&gt;NAME&lt;/div&gt;" vertex="1">
          <mxGeometry height="30" width="194" x="56" as="geometry">
            <mxRectangle height="30" width="194" as="alternateBounds" />
          </mxGeometry>
        </mxCell>
        <mxCell id="uQLEiAbMt51ykX4zQsiA-149" parent="uQLEiAbMt51ykX4zQsiA-142" style="shape=tableRow;horizontal=0;startSize=0;swimlaneHead=0;swimlaneBody=0;top=0;left=0;bottom=0;right=0;collapsible=0;dropTarget=0;fillColor=none;points=[[0,0.5],[1,0.5]];portConstraint=eastwest;strokeColor=inherit;fontSize=16;" value="" vertex="1">
          <mxGeometry height="30" width="250" y="90" as="geometry" />
        </mxCell>
        <mxCell id="uQLEiAbMt51ykX4zQsiA-150" parent="uQLEiAbMt51ykX4zQsiA-149" style="shape=partialRectangle;html=1;whiteSpace=wrap;connectable=0;fillColor=none;top=0;left=0;bottom=0;right=0;overflow=hidden;strokeColor=inherit;fontSize=16;" value="" vertex="1">
          <mxGeometry height="30" width="56" as="geometry">
            <mxRectangle height="30" width="56" as="alternateBounds" />
          </mxGeometry>
        </mxCell>
        <mxCell id="uQLEiAbMt51ykX4zQsiA-151" parent="uQLEiAbMt51ykX4zQsiA-149" style="shape=partialRectangle;html=1;whiteSpace=wrap;connectable=0;fillColor=none;top=0;left=0;bottom=0;right=0;align=left;spacingLeft=6;overflow=hidden;strokeColor=inherit;fontSize=16;" value="DESCRIPTION" vertex="1">
          <mxGeometry height="30" width="194" x="56" as="geometry">
            <mxRectangle height="30" width="194" as="alternateBounds" />
          </mxGeometry>
        </mxCell>
        <mxCell id="uQLEiAbMt51ykX4zQsiA-168" edge="1" parent="1" source="uQLEiAbMt51ykX4zQsiA-143" style="edgeStyle=orthogonalEdgeStyle;rounded=0;orthogonalLoop=1;jettySize=auto;html=1;entryX=0;entryY=0.5;entryDx=0;entryDy=0;endArrow=ERoneToMany;endFill=0;" target="uQLEiAbMt51ykX4zQsiA-164">
          <mxGeometry relative="1" as="geometry" />
        </mxCell>
        <mxCell id="uQLEiAbMt51ykX4zQsiA-170" parent="1" style="text;html=1;align=left;verticalAlign=middle;resizable=0;points=[];autosize=1;strokeColor=none;fillColor=none;fontSize=28;fontColor=light-dark(#0070F2,#4D4D4D);fontFamily=Helvetica;fontStyle=3" value="NEO_SALES" vertex="1">
          <mxGeometry height="50" width="190" x="90" y="-80" as="geometry" />
        </mxCell>
        <mxCell id="uQLEiAbMt51ykX4zQsiA-171" parent="1" style="text;align=center;fontStyle=3;verticalAlign=middle;spacingLeft=3;spacingRight=3;strokeColor=none;rotatable=0;points=[[0,0.5],[1,0.5]];portConstraint=eastwest;html=1;fontColor=light-dark(#000000,#808080);" value="Version 1.0.0" vertex="1">
          <mxGeometry height="26" width="80" x="90" y="-30" as="geometry" />
        </mxCell>
      </root>
    </mxGraphModel>
  </diagram>
</mxfile>
